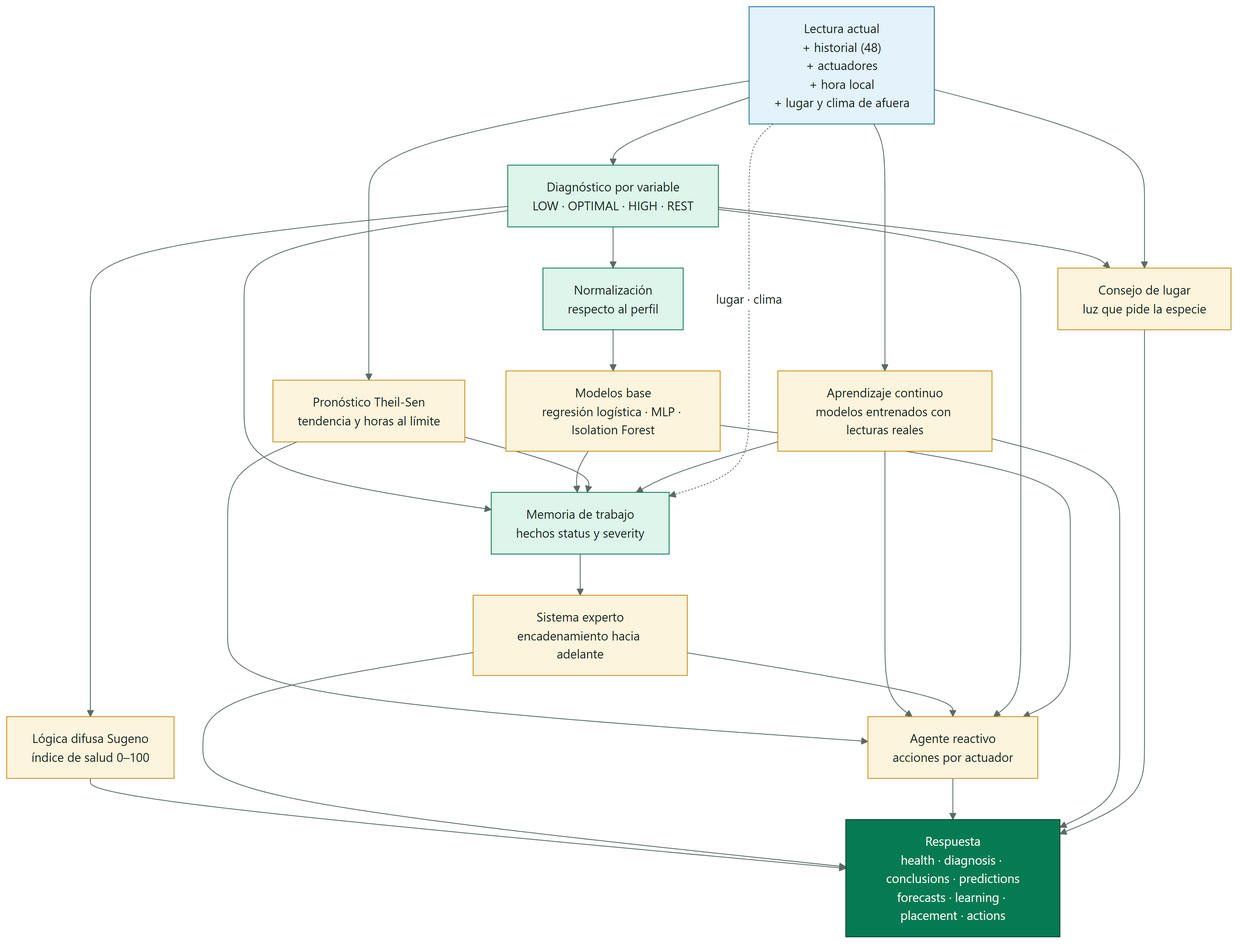
Earlier version of the Mermaid export docs/diagrams/SmartPot_03_AI_Assistant.png (SmartPotTech/.github). Its source is kept beside it as docs/diagrams/SmartPot_03_AI_Assistant.mmd.
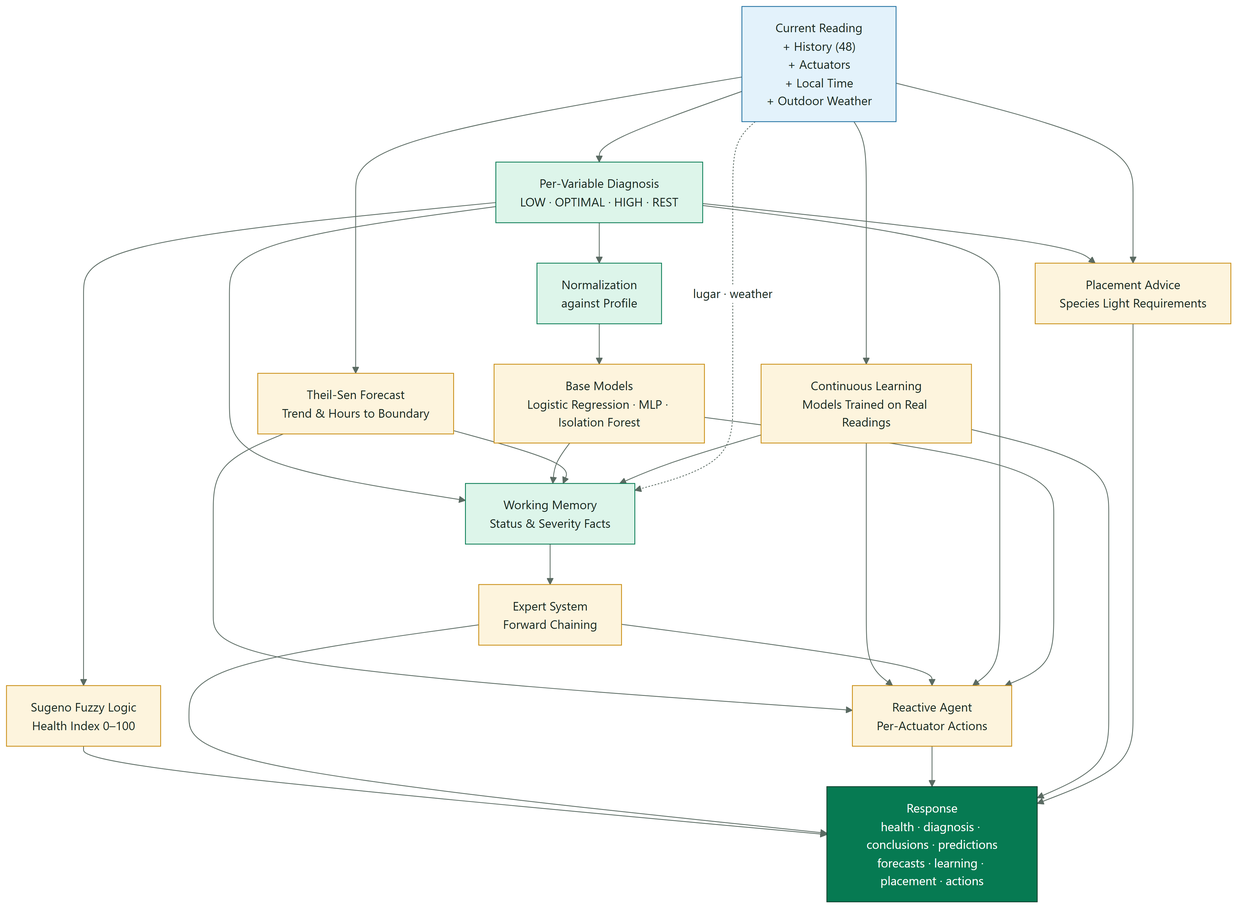
Above is the later version.

Change to the diagram source:
```diff
@@ -1,25 +1,25 @@
 %%{init: {"theme": "base", "fontFamily": "Segoe UI, Arial, sans-serif", "themeVariables": {"fontFamily": "Segoe UI, Arial, sans-serif", "fontSize": "15px", "primaryColor": "#DDF5EA", "primaryTextColor": "#17261F", "primaryBorderColor": "#067A52", "secondaryColor": "#E3F2FB", "secondaryTextColor": "#17261F", "secondaryBorderColor": "#1F6FA0", "tertiaryColor": "#F2F7F4", "tertiaryTextColor": "#17261F", "tertiaryBorderColor": "#D5E3DC", "lineColor": "#5B6B63", "textColor": "#17261F", "mainBkg": "#DDF5EA", "nodeBorder": "#067A52", "clusterBkg": "#F7FAF8", "clusterBorder": "#D5E3DC", "edgeLabelBackground": "#FFFFFF", "actorBkg": "#067A52", "actorBorder": "#0B3D2B", "actorTextColor": "#FFFFFF", "actorLineColor": "#5B6B63", "signalColor": "#17261F", "signalTextColor": "#17261F", "labelBoxBkgColor": "#0B3D2B", "labelBoxBorderColor": "#0B3D2B", "labelTextColor": "#FFFFFF", "loopTextColor": "#0B3D2B", "noteBkgColor": "#FDF4DD", "noteBorderColor": "#C98D12", "noteTextColor": "#17261F", "activationBkgColor": "#DDF5EA", "activationBorderColor": "#067A52", "attributeBackgroundColorOdd": "#FFFFFF", "attributeBackgroundColorEven": "#F2F7F4"}}}%%
 flowchart TB
-  req["Lectura actual<br/>+ historial (48)<br/>+ actuadores<br/>+ hora local<br/>+ lugar y clima de afuera"] --> diag["Diagnóstico por variable<br/>LOW · OPTIMAL · HIGH · REST"]
-  req --> fc["Pronóstico Theil-Sen<br/>tendencia y horas al límite"]
-  req --> lr["Aprendizaje continuo<br/>modelos entrenados con lecturas reales"]
-  diag --> norm["Normalización<br/>respecto al perfil"]
-  norm --> ml["Modelos base<br/>regresión logística · MLP · Isolation Forest"]
-  diag --> mem["Memoria de trabajo<br/>hechos status y severity"]
+  req["Current Reading<br/>+ History (48)<br/>+ Actuators<br/>+ Local Time<br/>+ Outdoor Weather"] --> diag["Per-Variable Diagnosis<br/>LOW · OPTIMAL · HIGH · REST"]
+  req --> fc["Theil-Sen Forecast<br/>Trend & Hours to Boundary"]
+  req --> lr["Continuous Learning<br/>Models Trained on Real Readings"]
+  diag --> norm["Normalization<br/>against Profile"]
+  norm --> ml["Base Models<br/>Logistic Regression · MLP · Isolation Forest"]
+  diag --> mem["Working Memory<br/>Status & Severity Facts"]
   ml --> mem
   fc --> mem
   lr --> mem
   fc --> ag
   lr --> ag
-  req -.->|"lugar · clima"| mem
-  mem --> es["Sistema experto<br/>encadenamiento hacia adelante"]
-  diag --> place["Consejo de lugar<br/>luz que pide la especie"]
+  req -.->|"lugar · weather"| mem
+  mem --> es["Expert System<br/>Forward Chaining"]
+  diag --> place["Placement Advice<br/>Species Light Requirements"]
   req --> place
-  diag --> fz["Lógica difusa Sugeno<br/>índice de salud 0–100"]
-  es --> ag["Agente reactivo<br/>acciones por actuador"]
+  diag --> fz["Sugeno Fuzzy Logic<br/>Health Index 0–100"]
+  es --> ag["Reactive Agent<br/>Per-Actuator Actions"]
   diag --> ag
   ml --> ag
-  fz --> out["Respuesta<br/>health · diagnosis · conclusions · predictions<br/>forecasts · learning · placement · actions"]
+  fz --> out["Response<br/>health · diagnosis · conclusions · predictions<br/>forecasts · learning · placement · actions"]
   es --> out
   ag --> out
   lr --> out
```
